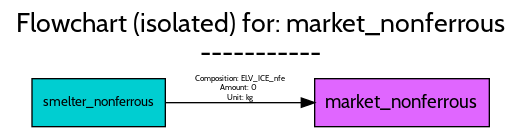
Earlier version of the Graphviz export src/examples/ELV/figures/flowcharts/processes/png/market_nonferrous.png (FutuRaM-Project/Recovery-Model). Its source is kept beside it as src/examples/ELV/figures/flowcharts/processes/dot/market_nonferrous.dot.
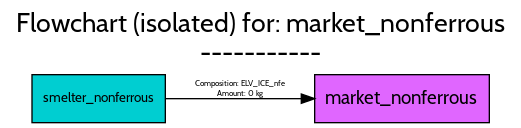
Later version of the same file.

What changed in the source:
```diff
@@ -1,5 +1,5 @@
 digraph {
-	graph [bb="0,0,383,91",
+	graph [bb="0,0,383,88",
 		font=Cabin,
 		fontname=Cabin,
 		fontsize=20,
@@ -8,7 +8,7 @@
 		labeljust=c,
 		labelloc=tc,
 		lheight=0.61,
-		lp="191.5,65",
+		lp="191.5,62",
 		lwidth=5.10,
 		nodesep=0.6,
 		rankdir=LR,
@@ -35,8 +35,7 @@
 		fontname=Cabin,
 		fontsize=6,
 		label="Composition: ELV_ICE_nfe
-Amount: 0
-Unit: kg",
-		lp="176,28.5",
+Amount: 0 kg",
+		lp="176,25",
 		pos="e,231.97,18 120.21,18 149.92,18 188.38,18 221.78,18"];
 }
```
